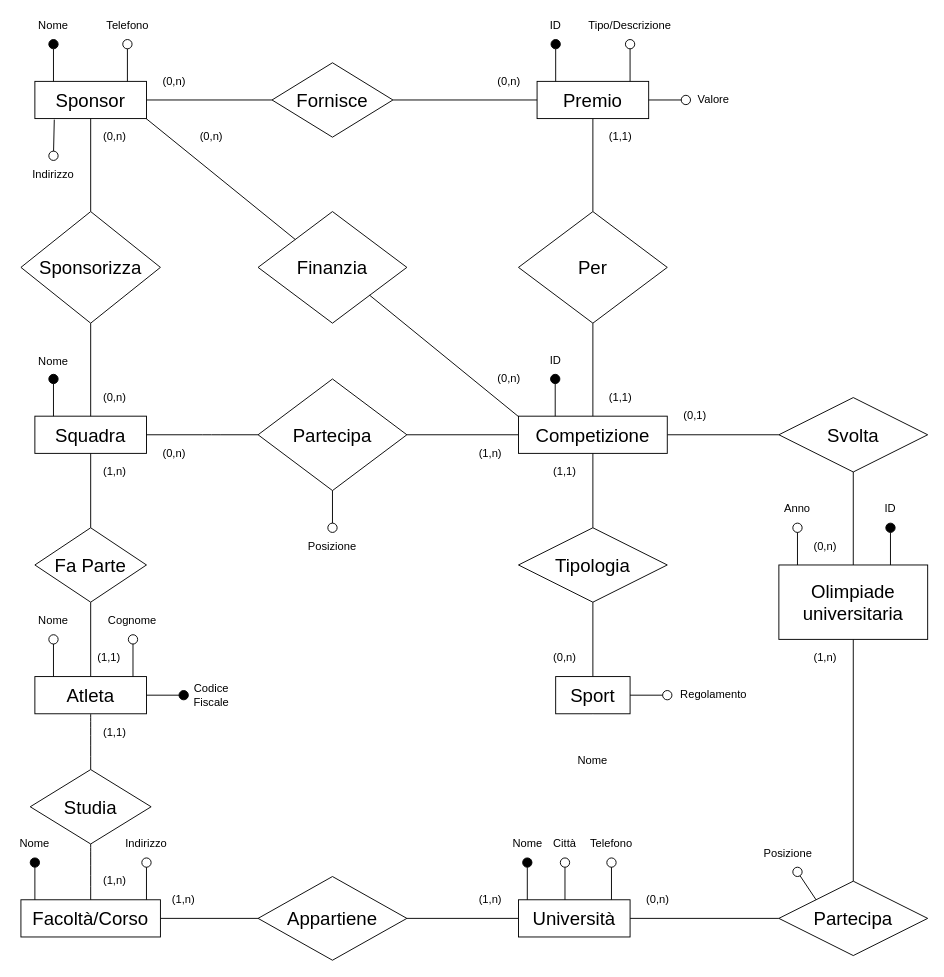
Above: page "Schema E-R" (1 of 2) of Olimpiadi Samuele.drawio in giovannivelludo/database-project (draw.io), before the change. Source tidied: cells renumbered, new cells numbered last; positions are measured from the earlier drawing's top-left corner, leaving out a move shared by most shapes. Both pictures are drawn from the tidied source at 93%, with x=0, y=0 at pixel (16, 16).
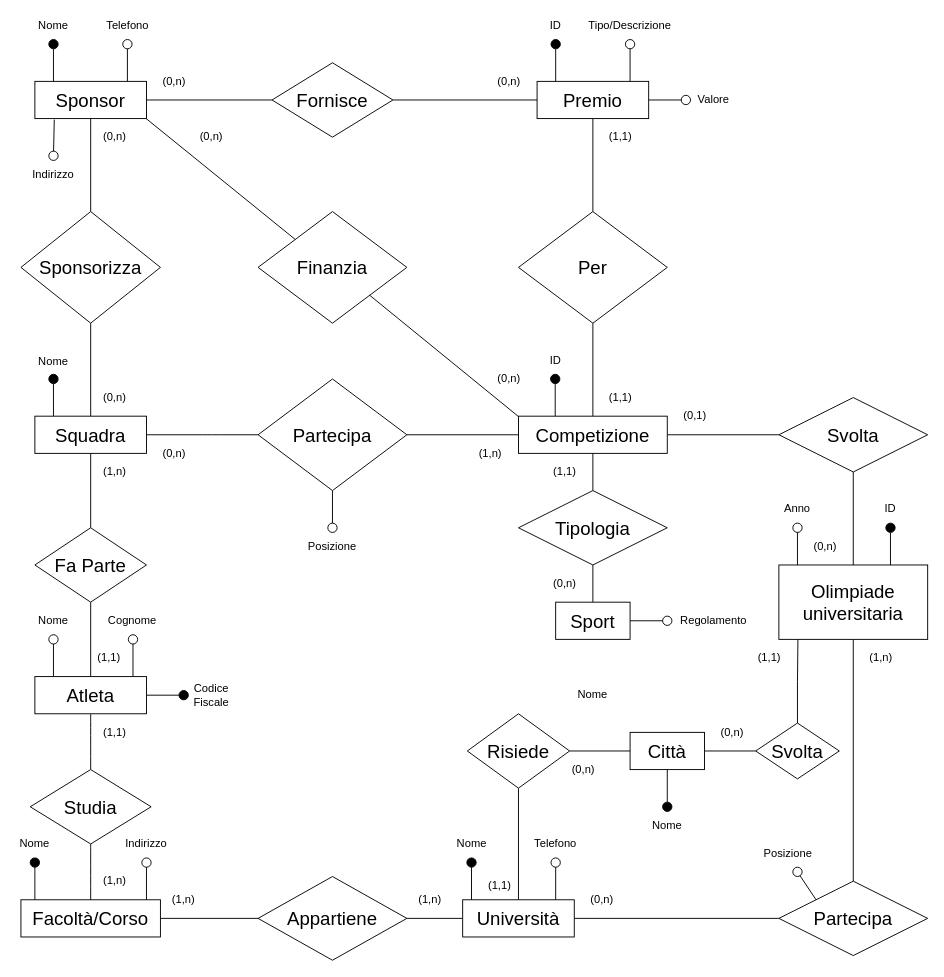
The same page after the edit.

Commit message:
Aggiunta entità città

The change refers to these unchanged cells:
```xml
<mxCell id="24" value="&lt;font style=&quot;font-size: 20px&quot;&gt;Olimpiade universitaria&lt;/font&gt;" style="rounded=0;whiteSpace=wrap;html=1;" parent="1" vertex="1">
  <mxGeometry x="820" y="590" width="160" height="80" as="geometry" />
</mxCell>
```

Diff of the diagram source:
```diff
@@
     <mxCell id="8" value="&lt;font style=&quot;font-size: 20px&quot;&gt;Tipologia&lt;/font&gt;" style="rhombus;whiteSpace=wrap;html=1;" parent="1" vertex="1">
-      <mxGeometry x="540" y="550" width="160" height="80" as="geometry" />
+      <mxGeometry x="540" y="510" width="160" height="80" as="geometry" />
     </mxCell>
@@
     <mxCell id="11" value="Sport" style="rounded=0;whiteSpace=wrap;html=1;fontSize=20;" parent="1" vertex="1">
-      <mxGeometry x="580" y="710" width="80" height="40" as="geometry" />
+      <mxGeometry x="580" y="630" width="80" height="40" as="geometry" />
     </mxCell>
@@
+    <mxCell id="110" style="edgeStyle=orthogonalEdgeStyle;rounded=0;jettySize=auto;html=1;endArrow=none;endFill=0;" parent="1" edge="1" source="20" target="113">
+      <mxGeometry relative="1" as="geometry" />
+    </mxCell>
     <mxCell id="20" value="Università" style="rounded=0;whiteSpace=wrap;html=1;fontSize=20;" parent="1" vertex="1">
-      <mxGeometry x="540" y="950" width="120" height="40" as="geometry" />
+      <mxGeometry x="480" y="950" width="120" height="40" as="geometry" />
     </mxCell>
@@
     <mxCell id="38" value="(1,n)" style="text;html=1;strokeColor=none;fillColor=none;align=center;verticalAlign=middle;whiteSpace=wrap;rounded=0;" parent="1" vertex="1">
-      <mxGeometry x="850" y="680" width="40" height="20" as="geometry" />
+      <mxGeometry x="910" y="680" width="40" height="20" as="geometry" />
     </mxCell>
@@
     <mxCell id="40" value="(0,n)" style="text;html=1;strokeColor=none;fillColor=none;align=center;verticalAlign=middle;whiteSpace=wrap;rounded=0;" parent="1" vertex="1">
-      <mxGeometry x="570" y="680" width="40" height="20" as="geometry" />
+      <mxGeometry x="570" y="600" width="40" height="20" as="geometry" />
     </mxCell>
@@
     <mxCell id="64" value="(1,n)" style="text;html=1;strokeColor=none;fillColor=none;align=center;verticalAlign=middle;whiteSpace=wrap;rounded=0;" parent="1" vertex="1">
-      <mxGeometry x="490" y="940" width="40" height="20" as="geometry" />
+      <mxGeometry x="425" y="940" width="40" height="20" as="geometry" />
     </mxCell>
     <mxCell id="65" value="(0,n)" style="text;html=1;strokeColor=none;fillColor=none;align=center;verticalAlign=middle;whiteSpace=wrap;rounded=0;" parent="1" vertex="1">
-      <mxGeometry x="670" y="940" width="40" height="20" as="geometry" />
+      <mxGeometry x="610" y="940" width="40" height="20" as="geometry" />
     </mxCell>
     <mxCell id="66" style="endArrow=oval;html=1;endFill=1;endSize=10;rounded=0;strokeColor=#FFFFFF;" parent="1" edge="1">
       <mxGeometry relative="1" as="geometry">
-        <mxPoint x="620" y="751" as="sourcePoint" />
-        <mxPoint x="620" y="790" as="targetPoint" />
+        <mxPoint x="620" y="671" as="sourcePoint" />
+        <mxPoint x="620" y="710" as="targetPoint" />
       </mxGeometry>
     </mxCell>
     <mxCell id="67" value="Nome" style="text;html=1;strokeColor=none;fillColor=none;align=center;verticalAlign=middle;whiteSpace=wrap;rounded=0;" parent="1" vertex="1">
-      <mxGeometry x="600" y="790" width="40" height="20" as="geometry" />
+      <mxGeometry x="600" y="720" width="40" height="20" as="geometry" />
     </mxCell>
@@
     <mxCell id="72" style="endArrow=oval;html=1;endFill=1;endSize=10;" parent="1" edge="1">
       <mxGeometry relative="1" as="geometry">
-        <mxPoint x="549.5" y="950" as="sourcePoint" />
-        <mxPoint x="549.5" y="910" as="targetPoint" />
+        <mxPoint x="489.5" y="950" as="sourcePoint" />
+        <mxPoint x="489.5" y="910" as="targetPoint" />
       </mxGeometry>
     </mxCell>
     <mxCell id="73" value="Nome" style="text;html=1;strokeColor=none;fillColor=none;align=center;verticalAlign=middle;whiteSpace=wrap;rounded=0;" parent="1" vertex="1">
-      <mxGeometry x="530" y="880" width="40" height="20" as="geometry" />
+      <mxGeometry x="470" y="880" width="40" height="20" as="geometry" />
     </mxCell>
@@
     <mxCell id="93" style="endArrow=oval;html=1;endFill=0;endSize=10;exitX=1;exitY=0.5;exitDx=0;exitDy=0;" parent="1" edge="1" source="11">
       <mxGeometry relative="1" as="geometry">
-        <mxPoint x="700" y="730" as="targetPoint" />
+        <mxPoint x="700" y="650" as="targetPoint" />
       </mxGeometry>
     </mxCell>
     <mxCell id="94" value="Regolamento" style="text;html=1;strokeColor=none;fillColor=none;align=center;verticalAlign=middle;whiteSpace=wrap;rounded=0;" parent="1" vertex="1">
-      <mxGeometry x="730" y="720" width="40" height="20" as="geometry" />
+      <mxGeometry x="730" y="640" width="40" height="20" as="geometry" />
     </mxCell>
@@
-    <mxCell id="100" style="endArrow=oval;html=1;endFill=0;endSize=10;" parent="1" edge="1">
-      <mxGeometry relative="1" as="geometry">
-        <mxPoint x="590" y="950" as="sourcePoint" />
-        <mxPoint x="590" y="910" as="targetPoint" />
-      </mxGeometry>
-    </mxCell>
-    <mxCell id="101" value="Città" style="text;html=1;strokeColor=none;fillColor=none;align=center;verticalAlign=middle;whiteSpace=wrap;rounded=0;" parent="1" vertex="1">
-      <mxGeometry x="570" y="880" width="40" height="20" as="geometry" />
-    </mxCell>
     <mxCell id="102" value="Telefono" style="text;html=1;strokeColor=none;fillColor=none;align=center;verticalAlign=middle;whiteSpace=wrap;rounded=0;" parent="1" vertex="1">
-      <mxGeometry x="620" y="880" width="40" height="20" as="geometry" />
+      <mxGeometry x="560" y="880" width="40" height="20" as="geometry" />
     </mxCell>
     <mxCell id="103" style="endArrow=oval;html=1;endFill=0;endSize=10;" parent="1" edge="1">
       <mxGeometry relative="1" as="geometry">
-        <mxPoint x="640" y="950" as="sourcePoint" />
-        <mxPoint x="640" y="910" as="targetPoint" />
+        <mxPoint x="580" y="950" as="sourcePoint" />
+        <mxPoint x="580" y="910" as="targetPoint" />
       </mxGeometry>
     </mxCell>
@@
+    <mxCell id="111" style="edgeStyle=orthogonalEdgeStyle;rounded=0;jettySize=auto;html=1;endArrow=none;endFill=0;" parent="1" edge="1" source="101" target="117">
+      <mxGeometry relative="1" as="geometry" />
+    </mxCell>
+    <mxCell id="101" value="&lt;font style=&quot;font-size: 20px&quot;&gt;Città&lt;/font&gt;" style="rounded=0;whiteSpace=wrap;html=1;" parent="1" vertex="1">
+      <mxGeometry x="660" y="770" width="80" height="40" as="geometry" />
+    </mxCell>
+    <mxCell id="112" style="edgeStyle=orthogonalEdgeStyle;rounded=0;jettySize=auto;html=1;endArrow=none;endFill=0;" parent="1" edge="1" source="113" target="101">
+      <mxGeometry relative="1" as="geometry" />
+    </mxCell>
+    <mxCell id="113" value="&lt;font style=&quot;font-size: 20px&quot;&gt;Risiede&lt;/font&gt;" style="rhombus;whiteSpace=wrap;html=1;" parent="1" vertex="1">
+      <mxGeometry x="485" y="750" width="110" height="80" as="geometry" />
+    </mxCell>
+    <mxCell id="114" value="(0,n)" style="text;html=1;strokeColor=none;fillColor=none;align=center;verticalAlign=middle;whiteSpace=wrap;rounded=0;" parent="1" vertex="1">
+      <mxGeometry x="590" y="800" width="40" height="20" as="geometry" />
+    </mxCell>
+    <mxCell id="115" value="(1,1)" style="text;html=1;strokeColor=none;fillColor=none;align=center;verticalAlign=middle;whiteSpace=wrap;rounded=0;" parent="1" vertex="1">
+      <mxGeometry x="500" y="925" width="40" height="20" as="geometry" />
+    </mxCell>
+    <mxCell id="116" style="edgeStyle=orthogonalEdgeStyle;rounded=0;jettySize=auto;html=1;endArrow=none;endFill=0;entryX=0.128;entryY=1;entryDx=0;entryDy=0;entryPerimeter=0;" parent="1" edge="1" source="117" target="24">
+      <mxGeometry relative="1" as="geometry" />
+    </mxCell>
+    <mxCell id="117" value="&lt;font style=&quot;font-size: 20px&quot;&gt;Svolta&lt;/font&gt;" style="rhombus;whiteSpace=wrap;html=1;" parent="1" vertex="1">
+      <mxGeometry x="795" y="760" width="90" height="60" as="geometry" />
+    </mxCell>
+    <mxCell id="118" value="(0,n)" style="text;html=1;strokeColor=none;fillColor=none;align=center;verticalAlign=middle;whiteSpace=wrap;rounded=0;" parent="1" vertex="1">
+      <mxGeometry x="750" y="760" width="40" height="20" as="geometry" />
+    </mxCell>
+    <mxCell id="119" value="(1,1)" style="text;html=1;strokeColor=none;fillColor=none;align=center;verticalAlign=middle;whiteSpace=wrap;rounded=0;" parent="1" vertex="1">
+      <mxGeometry x="790" y="680" width="40" height="20" as="geometry" />
+    </mxCell>
+    <mxCell id="120" style="endArrow=oval;html=1;endFill=1;endSize=10;exitX=0.5;exitY=1;exitDx=0;exitDy=0;" parent="1" edge="1" source="101">
+      <mxGeometry relative="1" as="geometry">
+        <mxPoint x="700" y="850" as="targetPoint" />
+      </mxGeometry>
+    </mxCell>
+    <mxCell id="121" value="Nome" style="text;html=1;strokeColor=none;fillColor=none;align=center;verticalAlign=middle;whiteSpace=wrap;rounded=0;" parent="1" vertex="1">
+      <mxGeometry x="680" y="860" width="40" height="20" as="geometry" />
+    </mxCell>
```
